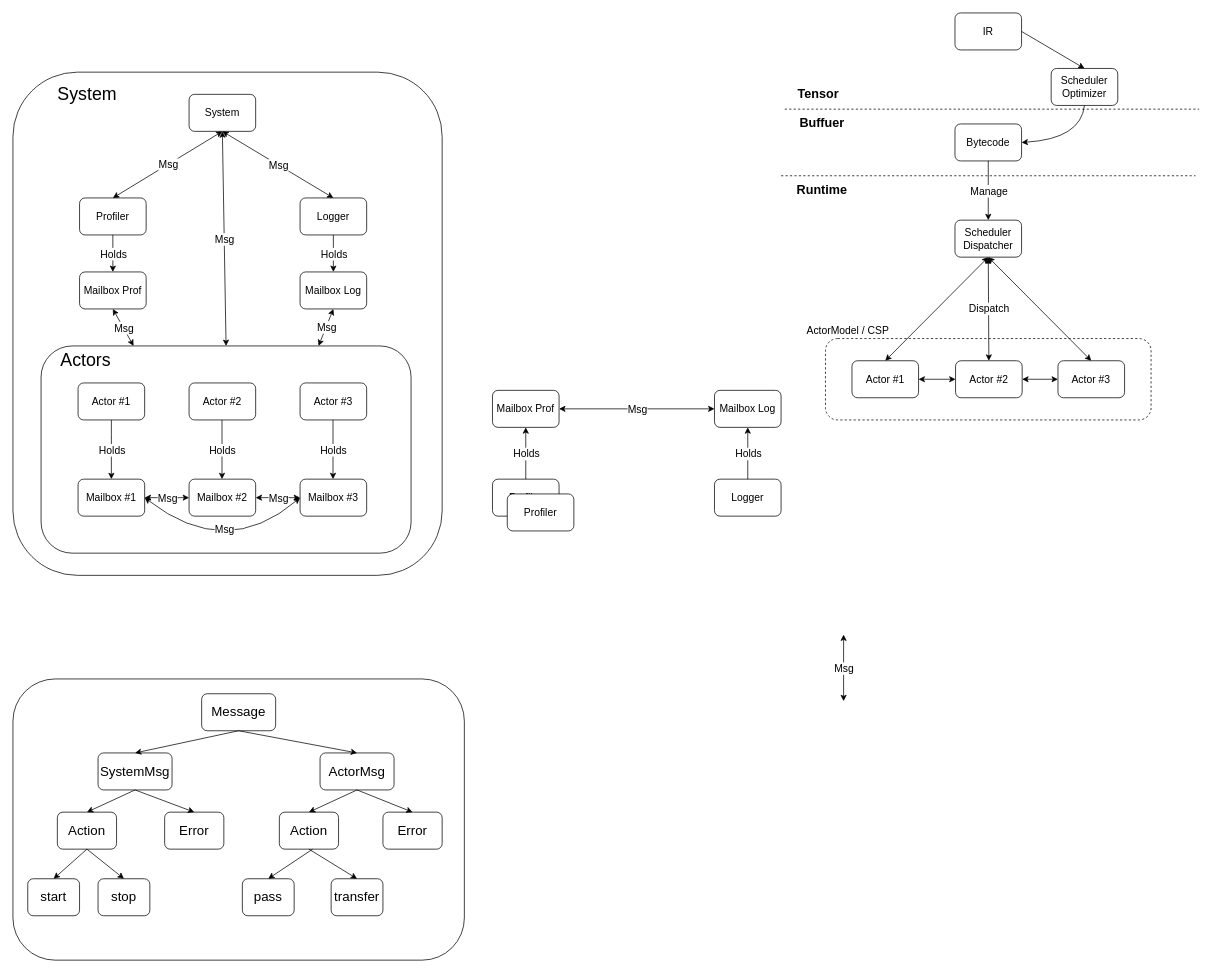
This is page "flow" (1 of 2) of ir_bytecode_runtime.drawio from Tianyu9748/hello-world, a draw.io file, before an edit. Source tidied: cells renumbered, new cells numbered last; positions are measured from the earlier drawing's top-left corner, leaving out a move shared by most shapes. Both pictures are drawn from the tidied source at 74%, with x=0, y=0 at pixel (13, 13).
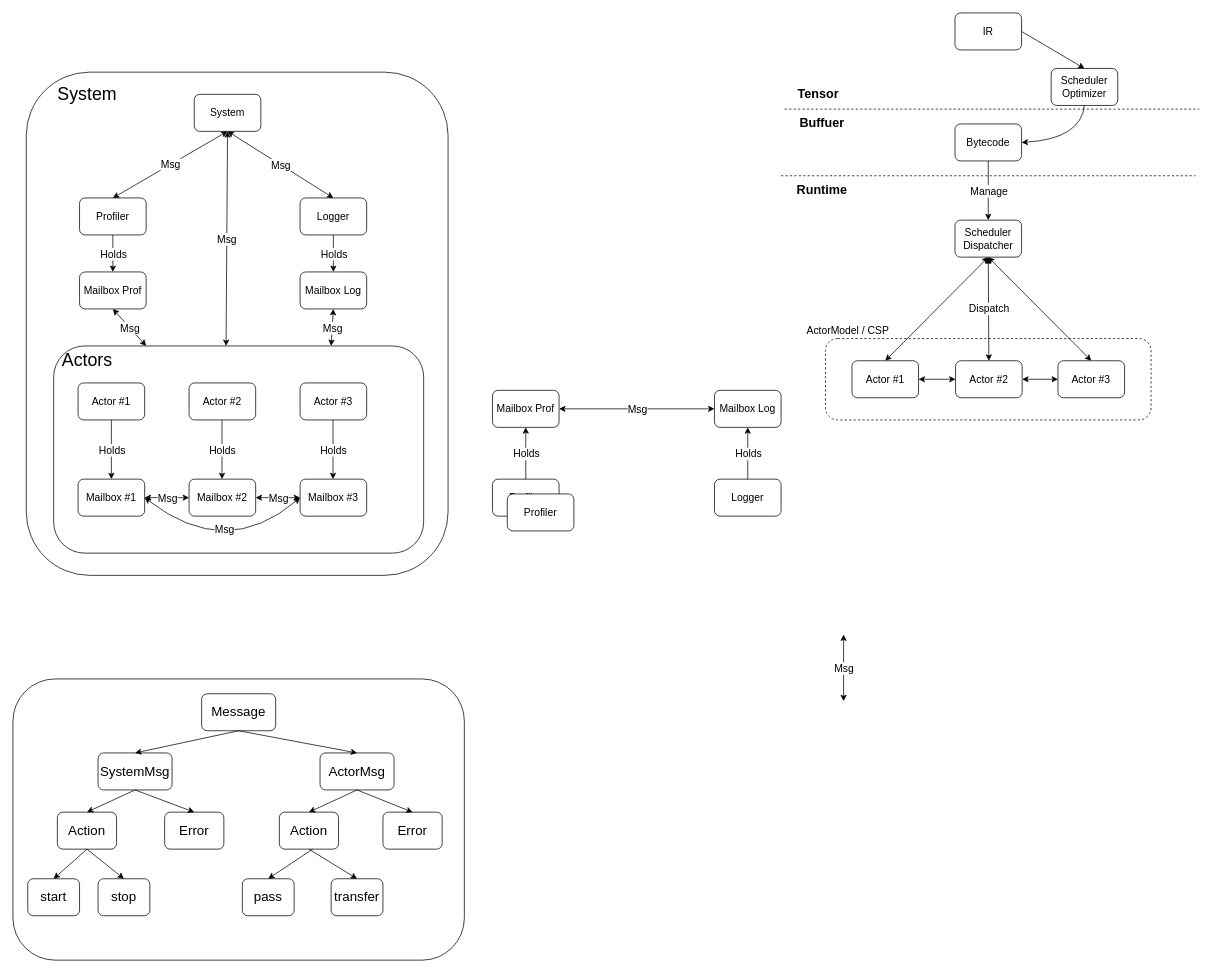
After the change.

Change to the diagram source:
```diff
@@
     <mxCell id="3" style="rounded=1;whiteSpace=wrap;html=1;fillColor=#FFFFFF;" parent="1" vertex="1">
-      <mxGeometry y="80" width="580" height="680" as="geometry" />
+      <mxGeometry x="18" y="80" width="570" height="680" as="geometry" />
     </mxCell>
     <mxCell id="4" style="rounded=1;whiteSpace=wrap;html=1;fillColor=#FFFFFF;" parent="1" vertex="1">
-      <mxGeometry x="38" y="450" width="500" height="280" as="geometry" />
+      <mxGeometry x="55" y="450" width="500" height="280" as="geometry" />
     </mxCell>
@@
     <mxCell id="55" value="&lt;font style=&quot;font-size: 24px;&quot;&gt;Actors&lt;/font&gt;" style="text;html=1;align=center;verticalAlign=middle;strokeColor=none;fillColor=none;" parent="1" vertex="1">
-      <mxGeometry x="58" y="460" width="80" height="20" as="geometry" />
+      <mxGeometry x="60" y="460" width="80" height="20" as="geometry" />
     </mxCell>
@@
     <mxCell id="95" value="&lt;font style=&quot;font-size: 14px;&quot;&gt;System&lt;/font&gt;" style="rounded=1;whiteSpace=wrap;html=1;" parent="1" vertex="1">
-      <mxGeometry x="238" y="110" width="90" height="50" as="geometry" />
+      <mxGeometry x="245" y="110" width="90" height="50" as="geometry" />
     </mxCell>
@@
-    <mxCell id="100" style="endArrow=classic;rounded=0;fontSize=16;labelBorderColor=none;html=1;verticalAlign=middle;startArrow=classic;startFill=1;exitX=0.5;exitY=0;exitDx=0;exitDy=0;entryX=0.5;entryY=1;entryDx=0;entryDy=0;" parent="1" edge="1" source="4" target="95">
-      <mxGeometry relative="1" as="geometry" />
+    <mxCell id="100" style="endArrow=classic;rounded=0;fontSize=16;labelBorderColor=none;html=1;verticalAlign=middle;startArrow=classic;startFill=1;entryX=0.5;entryY=1;entryDx=0;entryDy=0;" parent="1" edge="1" target="95">
+      <mxGeometry relative="1" as="geometry">
+        <mxPoint x="288" y="450" as="sourcePoint" />
+      </mxGeometry>
     </mxCell>
```
